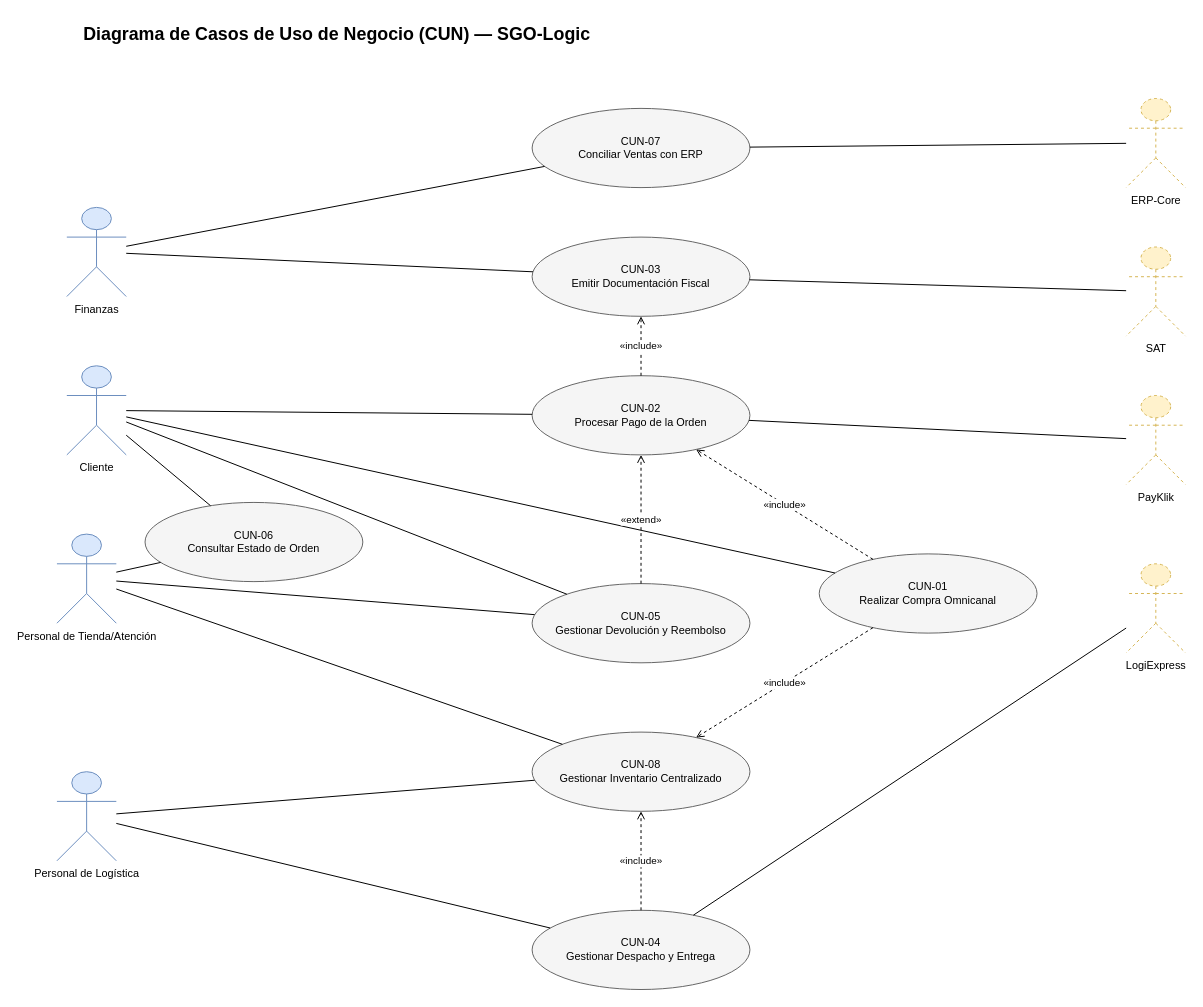
Above: Docs/DDA/diagramas/cun.drawio in jRodas497/AYD2_A_2S2025_PROYECTO_G3 (draw.io), before the change. Source tidied: cells renumbered, new cells numbered last; positions are measured from the earlier drawing's top-left corner, leaving out a move shared by most shapes. Both pictures are drawn from the tidied source at 99%, with x=0, y=0 at pixel (56, 17).
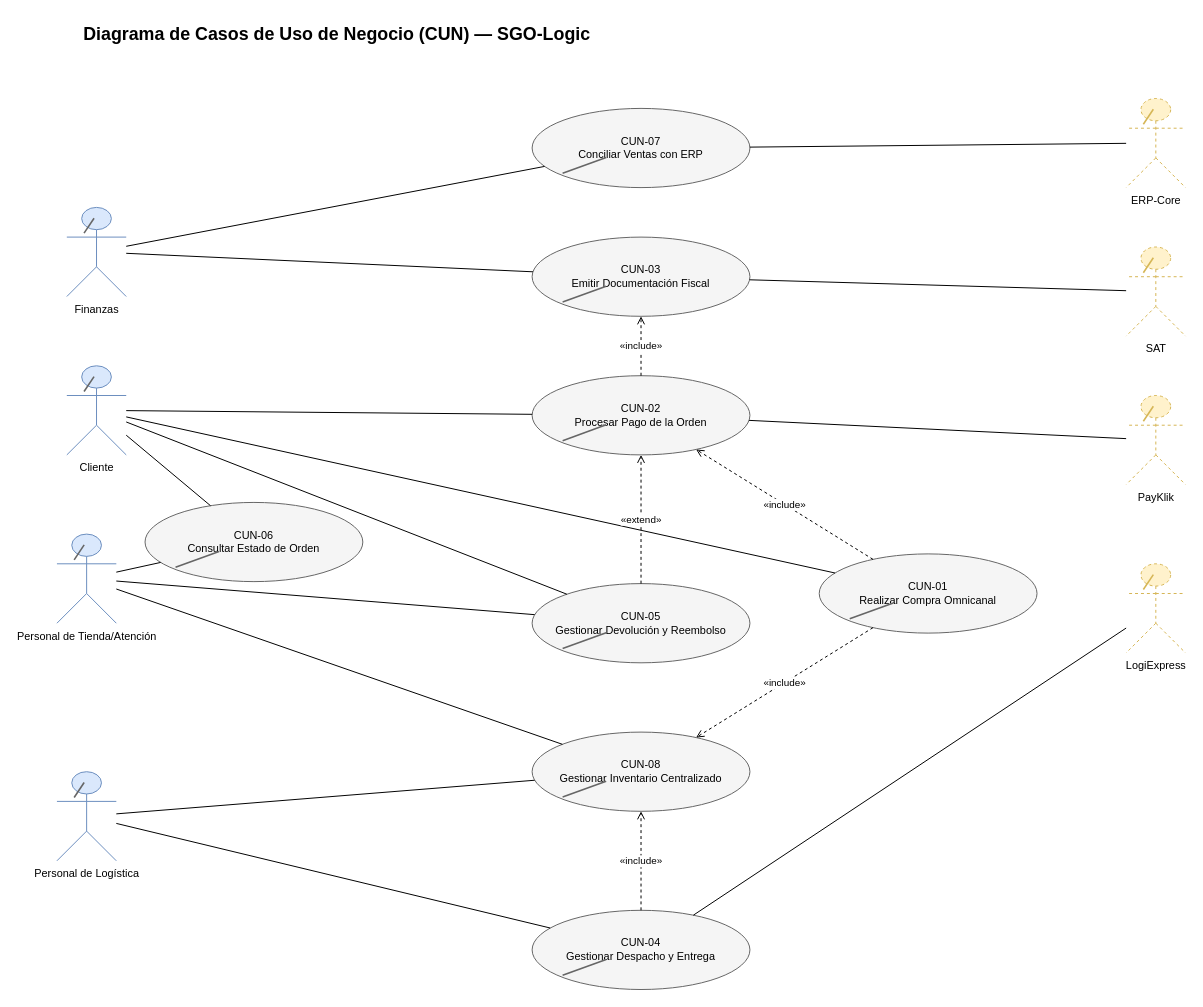
The same diagram, later.

Commit message (it also covers changes not shown here):
Agrega notación de negocio (diagonal) al diagrama CUN

The edit, as a diff of the source:
```diff
@@
+    <mxCell id="39" style="endArrow=none;html=1;strokeColor=#666666;strokeWidth=1.6;rounded=0;" parent="1" edge="1">
+      <mxGeometry relative="1" as="geometry">
+        <mxPoint x="27.4" y="378" as="sourcePoint" />
+        <mxPoint x="37.5" y="362.9" as="targetPoint" />
+      </mxGeometry>
+    </mxCell>
+    <mxCell id="40" style="endArrow=none;html=1;strokeColor=#666666;strokeWidth=1.6;rounded=0;" parent="1" edge="1">
+      <mxGeometry relative="1" as="geometry">
+        <mxPoint x="17.4" y="548" as="sourcePoint" />
+        <mxPoint x="27.5" y="532.9" as="targetPoint" />
+      </mxGeometry>
+    </mxCell>
+    <mxCell id="41" style="endArrow=none;html=1;strokeColor=#666666;strokeWidth=1.6;rounded=0;" parent="1" edge="1">
+      <mxGeometry relative="1" as="geometry">
+        <mxPoint x="17.4" y="788" as="sourcePoint" />
+        <mxPoint x="27.5" y="772.9" as="targetPoint" />
+      </mxGeometry>
+    </mxCell>
+    <mxCell id="42" style="endArrow=none;html=1;strokeColor=#666666;strokeWidth=1.6;rounded=0;" parent="1" edge="1">
+      <mxGeometry relative="1" as="geometry">
+        <mxPoint x="27.4" y="218" as="sourcePoint" />
+        <mxPoint x="37.5" y="202.9" as="targetPoint" />
+      </mxGeometry>
+    </mxCell>
+    <mxCell id="43" style="endArrow=none;html=1;strokeColor=#666666;strokeWidth=1.6;rounded=0;" parent="1" edge="1">
+      <mxGeometry relative="1" as="geometry">
+        <mxPoint x="800.8" y="607.6" as="sourcePoint" />
+        <mxPoint x="844.8" y="591.6" as="targetPoint" />
+      </mxGeometry>
+    </mxCell>
+    <mxCell id="44" style="endArrow=none;html=1;strokeColor=#666666;strokeWidth=1.6;rounded=0;" parent="1" edge="1">
+      <mxGeometry relative="1" as="geometry">
+        <mxPoint x="510.8" y="427.6" as="sourcePoint" />
+        <mxPoint x="554.8" y="411.6" as="targetPoint" />
+      </mxGeometry>
+    </mxCell>
+    <mxCell id="45" style="endArrow=none;html=1;strokeColor=#666666;strokeWidth=1.6;rounded=0;" parent="1" edge="1">
+      <mxGeometry relative="1" as="geometry">
+        <mxPoint x="510.8" y="287.6" as="sourcePoint" />
+        <mxPoint x="554.8" y="271.6" as="targetPoint" />
+      </mxGeometry>
+    </mxCell>
+    <mxCell id="46" style="endArrow=none;html=1;strokeColor=#666666;strokeWidth=1.6;rounded=0;" parent="1" edge="1">
+      <mxGeometry relative="1" as="geometry">
+        <mxPoint x="510.8" y="967.6" as="sourcePoint" />
+        <mxPoint x="554.8" y="951.6" as="targetPoint" />
+      </mxGeometry>
+    </mxCell>
+    <mxCell id="47" style="endArrow=none;html=1;strokeColor=#666666;strokeWidth=1.6;rounded=0;" parent="1" edge="1">
+      <mxGeometry relative="1" as="geometry">
+        <mxPoint x="510.8" y="637.6" as="sourcePoint" />
+        <mxPoint x="554.8" y="621.6" as="targetPoint" />
+      </mxGeometry>
+    </mxCell>
+    <mxCell id="48" style="endArrow=none;html=1;strokeColor=#666666;strokeWidth=1.6;rounded=0;" parent="1" edge="1">
+      <mxGeometry relative="1" as="geometry">
+        <mxPoint x="119.8" y="555.6" as="sourcePoint" />
+        <mxPoint x="163.8" y="539.6" as="targetPoint" />
+      </mxGeometry>
+    </mxCell>
+    <mxCell id="49" style="endArrow=none;html=1;strokeColor=#666666;strokeWidth=1.6;rounded=0;" parent="1" edge="1">
+      <mxGeometry relative="1" as="geometry">
+        <mxPoint x="510.8" y="157.6" as="sourcePoint" />
+        <mxPoint x="554.8" y="141.6" as="targetPoint" />
+      </mxGeometry>
+    </mxCell>
+    <mxCell id="50" style="endArrow=none;html=1;strokeColor=#666666;strokeWidth=1.6;rounded=0;" parent="1" edge="1">
+      <mxGeometry relative="1" as="geometry">
+        <mxPoint x="510.8" y="787.6" as="sourcePoint" />
+        <mxPoint x="554.8" y="771.6" as="targetPoint" />
+      </mxGeometry>
+    </mxCell>
+    <mxCell id="51" style="endArrow=none;html=1;strokeColor=#D6B656;strokeWidth=1.6;rounded=0;" parent="1" edge="1">
+      <mxGeometry relative="1" as="geometry">
+        <mxPoint x="1097.4" y="408" as="sourcePoint" />
+        <mxPoint x="1107.5" y="392.9" as="targetPoint" />
+      </mxGeometry>
+    </mxCell>
+    <mxCell id="52" style="endArrow=none;html=1;strokeColor=#D6B656;strokeWidth=1.6;rounded=0;" parent="1" edge="1">
+      <mxGeometry relative="1" as="geometry">
+        <mxPoint x="1097.4" y="578" as="sourcePoint" />
+        <mxPoint x="1107.5" y="562.9" as="targetPoint" />
+      </mxGeometry>
+    </mxCell>
+    <mxCell id="53" style="endArrow=none;html=1;strokeColor=#D6B656;strokeWidth=1.6;rounded=0;" parent="1" edge="1">
+      <mxGeometry relative="1" as="geometry">
+        <mxPoint x="1097.4" y="258" as="sourcePoint" />
+        <mxPoint x="1107.5" y="242.9" as="targetPoint" />
+      </mxGeometry>
+    </mxCell>
+    <mxCell id="54" style="endArrow=none;html=1;strokeColor=#D6B656;strokeWidth=1.6;rounded=0;" parent="1" edge="1">
+      <mxGeometry relative="1" as="geometry">
+        <mxPoint x="1097.4" y="108" as="sourcePoint" />
+        <mxPoint x="1107.5" y="92.9" as="targetPoint" />
+      </mxGeometry>
+    </mxCell>
```
